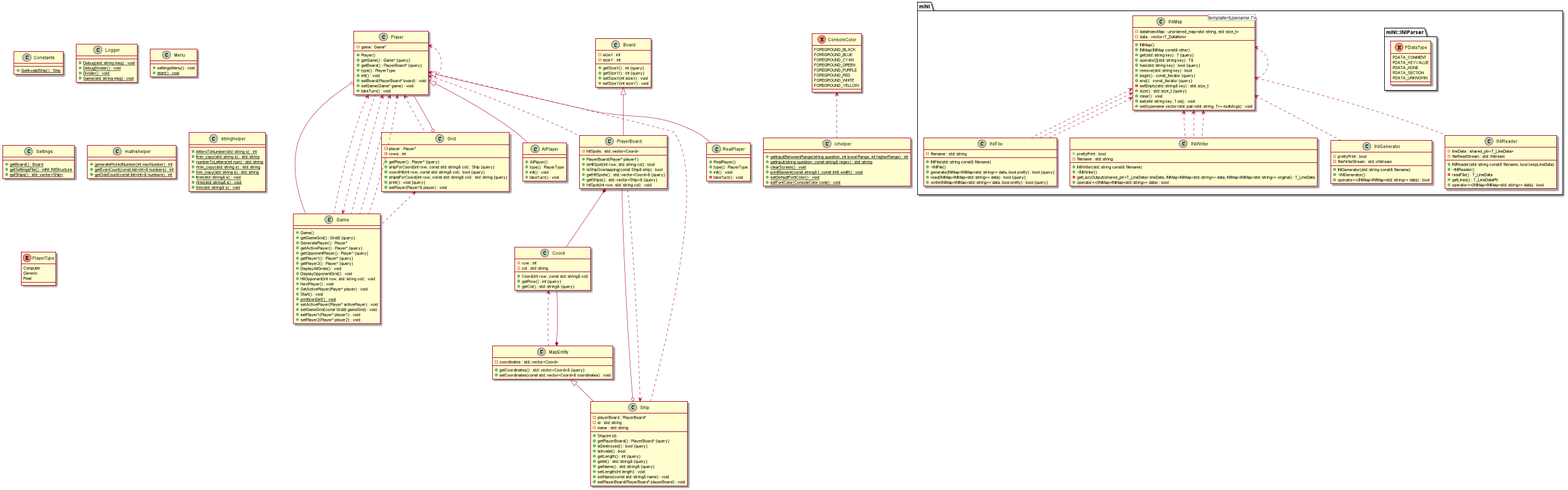
Earlier version of the PlantUML export diagrams/uml.png (Alexr03/AdaShip).
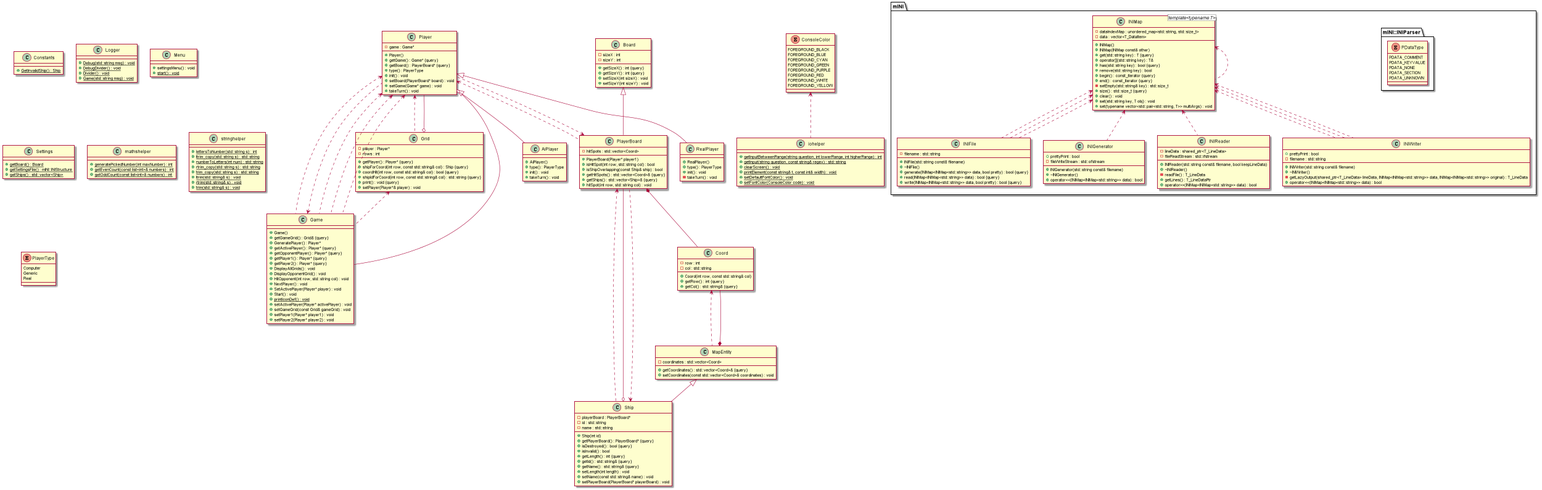
The same file after the commit.

What changed in the source:
```diff
@@ -357,13 +357,13 @@
 .Player <.. .Grid
 
 
-.Player <.. .Player
-
-
 .Player <.. .PlayerBoard
 
 
-.Player <.. .Ship
+.PlayerBoard <.. .Player
+
+
+.PlayerBoard <.. .Ship
 
 
 .Ship <.. .PlayerBoard
```
